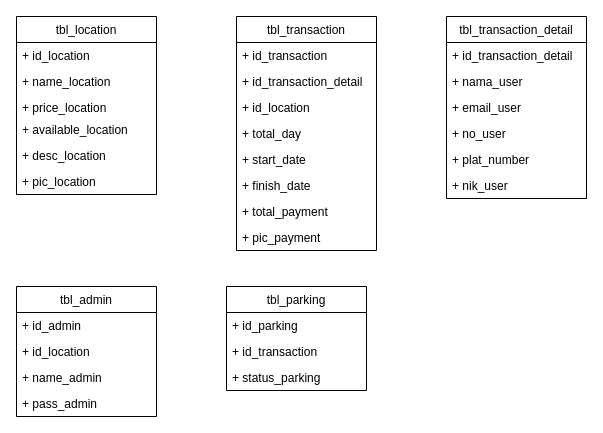
coz-git/coz.github.io keeps this draw.io diagram as page "db carden" (7 of 7) of Untitled Diagram.drawio. Above is the earlier version. Source tidied: cells renumbered, new cells numbered last; positions are measured from the earlier drawing's top-left corner, leaving out a move shared by most shapes. Both pictures are drawn from the tidied source at 100%, with x=0, y=0 at pixel (16, 16).
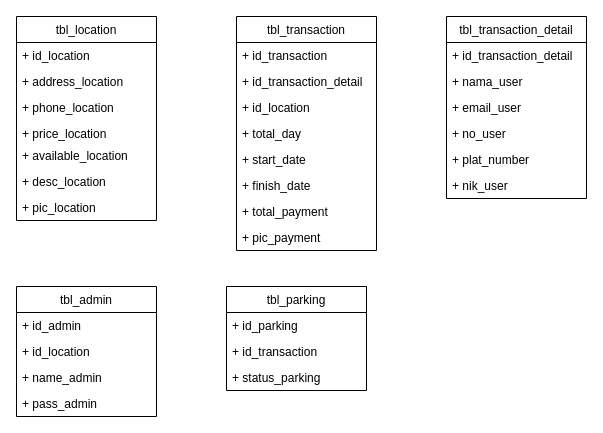
The same diagram, later.

What changed in the source:
```diff
@@
     <mxCell id="2" value="tbl_location" style="swimlane;fontStyle=0;horizontal=1;startSize=26;fillColor=none;" parent="1" vertex="1">
-      <mxGeometry width="140" height="178" as="geometry" />
+      <mxGeometry width="140" height="204" as="geometry" />
     </mxCell>
@@
-    <mxCell id="4" value="+ name_location" style="text;strokeColor=none;fillColor=none;align=left;verticalAlign=top;spacingLeft=4;spacingRight=4;overflow=hidden;" parent="2" vertex="1">
+    <mxCell id="4" value="+ address_location" style="text;strokeColor=none;fillColor=none;align=left;verticalAlign=top;spacingLeft=4;spacingRight=4;overflow=hidden;" parent="2" vertex="1">
       <mxGeometry y="52" width="140" height="26" as="geometry" />
     </mxCell>
+    <mxCell id="34" value="+ phone_location" style="text;strokeColor=none;fillColor=none;align=left;verticalAlign=top;spacingLeft=4;spacingRight=4;overflow=hidden;" parent="2" vertex="1">
+      <mxGeometry y="78" width="140" height="26" as="geometry" />
+    </mxCell>
     <mxCell id="5" value="+ price_location" style="text;strokeColor=none;fillColor=none;align=left;verticalAlign=top;spacingLeft=4;spacingRight=4;overflow=hidden;" parent="2" vertex="1">
-      <mxGeometry y="78" width="140" height="22" as="geometry" />
+      <mxGeometry y="104" width="140" height="22" as="geometry" />
     </mxCell>
     <mxCell id="6" value="+ available_location" style="text;strokeColor=none;fillColor=none;align=left;verticalAlign=top;spacingLeft=4;spacingRight=4;overflow=hidden;" parent="2" vertex="1">
-      <mxGeometry y="100" width="140" height="26" as="geometry" />
+      <mxGeometry y="126" width="140" height="26" as="geometry" />
     </mxCell>
     <mxCell id="7" value="+ desc_location" style="text;strokeColor=none;fillColor=none;align=left;verticalAlign=top;spacingLeft=4;spacingRight=4;overflow=hidden;" parent="2" vertex="1">
-      <mxGeometry y="126" width="140" height="26" as="geometry" />
+      <mxGeometry y="152" width="140" height="26" as="geometry" />
     </mxCell>
     <mxCell id="8" value="+ pic_location" style="text;strokeColor=none;fillColor=none;align=left;verticalAlign=top;spacingLeft=4;spacingRight=4;overflow=hidden;" parent="2" vertex="1">
-      <mxGeometry y="152" width="140" height="26" as="geometry" />
+      <mxGeometry y="178" width="140" height="26" as="geometry" />
     </mxCell>
```
